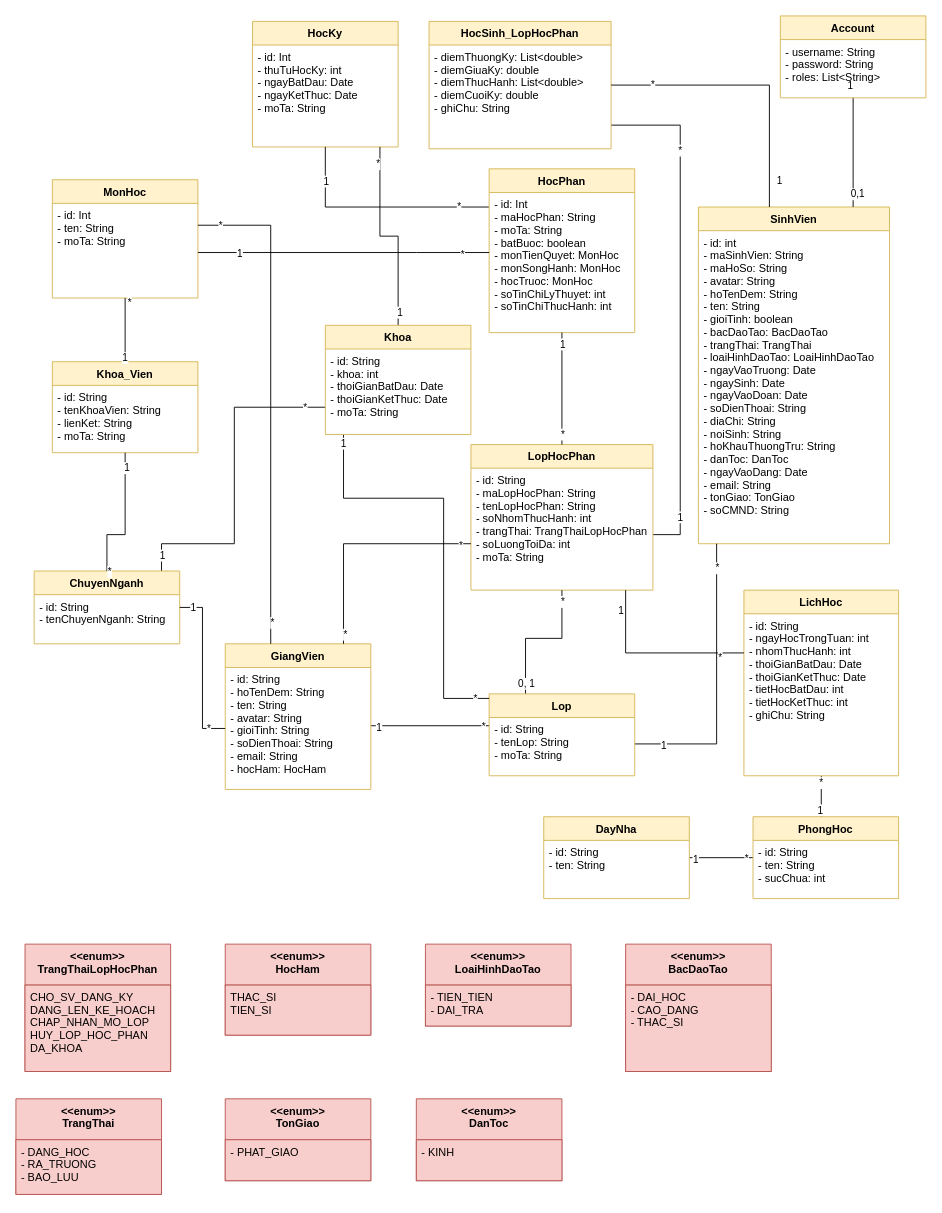
Before: CMN_Class.drawio in duchoan6814/Truong-Duc-Hoan, a draw.io diagram. Source tidied: cells renumbered, new cells numbered last; positions are measured from the earlier drawing's top-left corner, leaving out a move shared by most shapes. Both pictures are drawn from the tidied source at 91%, with x=0, y=0 at pixel (15, 15).
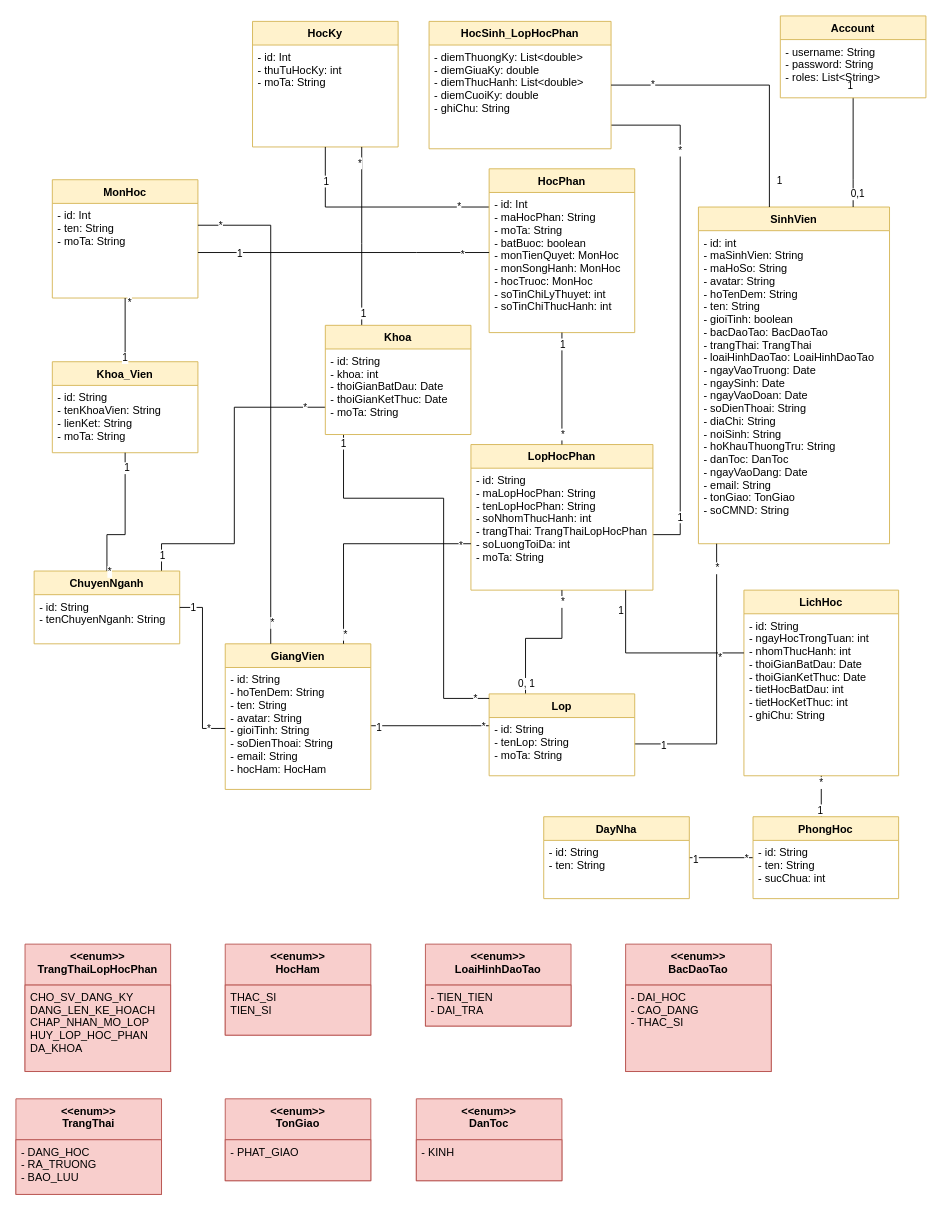
Above is the later version.

The change refers to these unchanged cells:
```xml
<mxCell id="37" value="HocKy" style="swimlane;fontStyle=1;align=center;verticalAlign=top;horizontal=1;startSize=26;fillColor=#fff2cc;strokeColor=#d6b656;" parent="1" vertex="1">
  <mxGeometry x="260" y="6" width="160" height="138" as="geometry" />
</mxCell>
<mxCell id="101" value="Khoa" style="swimlane;fontStyle=1;align=center;verticalAlign=top;horizontal=1;startSize=26;fillColor=#fff2cc;strokeColor=#d6b656;" parent="1" vertex="1">
  <mxGeometry x="340" y="340" width="160" height="120" as="geometry" />
</mxCell>
```

Diff of the diagram source:
```diff
@@
-    <mxCell id="38" value="- id: Int&#10;- thuTuHocKy: int&#10;- ngayBatDau: Date&#10;- ngayKetThuc: Date&#10;- moTa: String" style="text;strokeColor=none;fillColor=none;align=left;verticalAlign=top;spacingLeft=4;spacingRight=4;overflow=hidden;" parent="37" vertex="1">
+    <mxCell id="38" value="- id: Int&#10;- thuTuHocKy: int&#10;- moTa: String" style="text;strokeColor=none;fillColor=none;align=left;verticalAlign=top;spacingLeft=4;spacingRight=4;overflow=hidden;" parent="37" vertex="1">
       <mxGeometry y="26" width="160" height="112" as="geometry" />
     </mxCell>
@@
     <mxCell id="98" style="edgeStyle=orthogonalEdgeStyle;rounded=0;jettySize=auto;html=1;endArrow=none;endFill=0;" parent="1" edge="1" source="101" target="37">
       <mxGeometry relative="1" as="geometry">
         <Array as="points">
-          <mxPoint x="420" y="242" />
-          <mxPoint x="400" y="242" />
+          <mxPoint x="380" y="250" />
+          <mxPoint x="380" y="250" />
         </Array>
       </mxGeometry>
     </mxCell>
```
